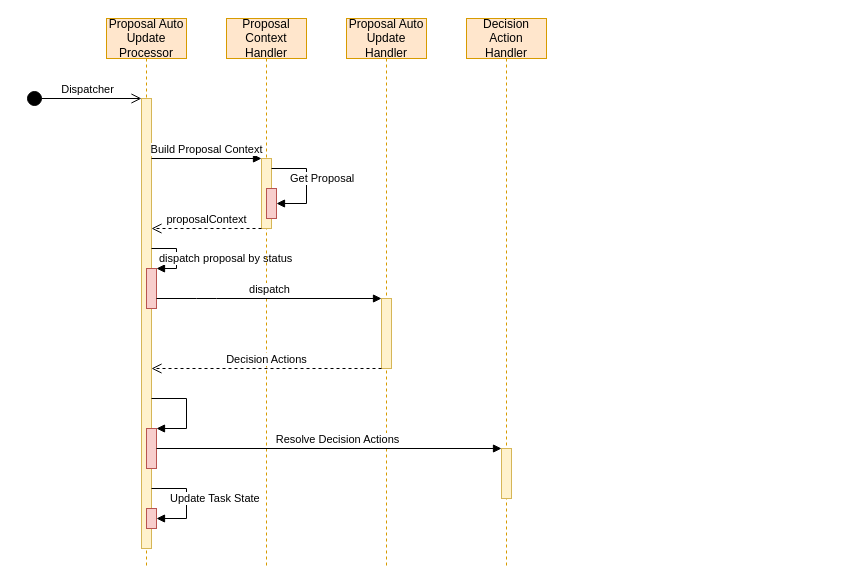
This is Proposal Update Entry Sequence Diagram.drawio from dajin-kingland/UMLdiagrams, a draw.io file, before an edit. Source tidied: cells renumbered, new cells numbered last; positions are measured from the earlier drawing's top-left corner, leaving out a move shared by most shapes. Both pictures are drawn from the tidied source at 100%, with x=0, y=0 at pixel (26, 18).
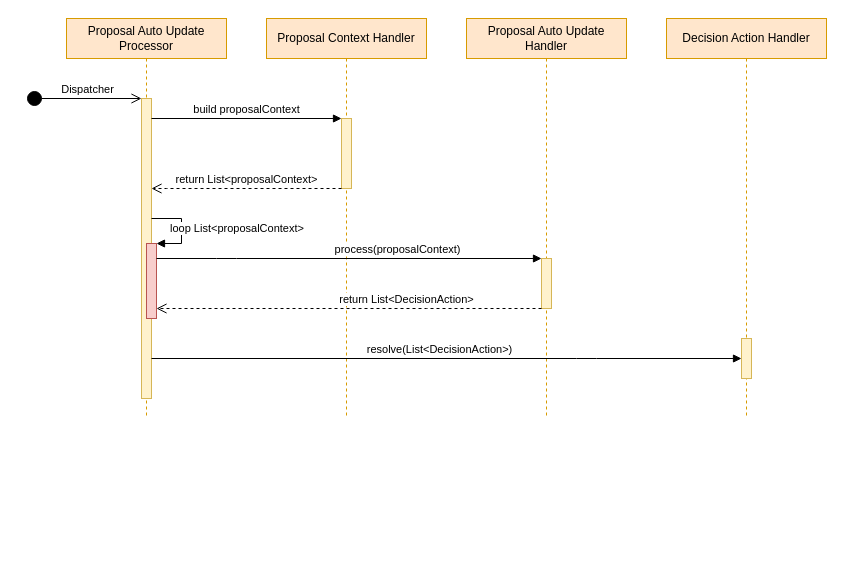
The same page after the edit.

The edit, as a diff of the source:
```diff
@@
     <mxCell id="2" value="&lt;font style=&quot;font-size: 12px&quot;&gt;Proposal Auto Update Processor&lt;/font&gt;" style="shape=umlLifeline;perimeter=lifelinePerimeter;whiteSpace=wrap;html=1;fillColor=#ffe6cc;strokeColor=#d79b00;" parent="1" vertex="1">
-      <mxGeometry x="80" width="80" height="550" as="geometry" />
+      <mxGeometry x="40" width="160" height="400" as="geometry" />
     </mxCell>
     <mxCell id="3" style="html=1;points=[];perimeter=orthogonalPerimeter;fillColor=#fff2cc;strokeColor=#d6b656;" parent="2" vertex="1">
-      <mxGeometry x="35" y="80" width="10" height="450" as="geometry" />
+      <mxGeometry x="75" y="80" width="10" height="300" as="geometry" />
     </mxCell>
-    <mxCell id="4" style="html=1;points=[];perimeter=orthogonalPerimeter;fillColor=#f8cecc;strokeColor=#b85450;" parent="2" vertex="1">
-      <mxGeometry x="40" y="250" width="10" height="40" as="geometry" />
-    </mxCell>
-    <mxCell id="5" value="dispatch proposal by status" style="edgeStyle=orthogonalEdgeStyle;html=1;align=left;spacingLeft=2;endArrow=block;rounded=0;entryX=1;entryY=0;" parent="2" edge="1" source="3" target="4">
-      <mxGeometry x="-0.87" y="-10" relative="1" as="geometry">
-        <Array as="points">
-          <mxPoint x="70" y="230" />
-          <mxPoint x="70" y="250" />
-        </Array>
-      </mxGeometry>
-    </mxCell>
+    <mxCell id="26" style="html=1;points=[];perimeter=orthogonalPerimeter;fillColor=#f8cecc;strokeColor=#b85450;" parent="2" vertex="1">
+      <mxGeometry x="80" y="225" width="10" height="75" as="geometry" />
+    </mxCell>
+    <mxCell id="27" value="loop List&amp;lt;proposalContext&amp;gt;" style="edgeStyle=orthogonalEdgeStyle;html=1;align=left;spacingLeft=2;endArrow=block;rounded=0;entryX=1;entryY=0;" parent="2" edge="1" source="3" target="26">
+      <mxGeometry x="-0.62" y="-10" relative="1" as="geometry">
+        <Array as="points">
+          <mxPoint x="115" y="200" />
+          <mxPoint x="115" y="225" />
+        </Array>
+      </mxGeometry>
+    </mxCell>
-    <mxCell id="6" value="&lt;font style=&quot;font-size: 12px&quot;&gt;Proposal &lt;br&gt;Context&lt;br&gt;Handler&lt;/font&gt;" style="shape=umlLifeline;perimeter=lifelinePerimeter;whiteSpace=wrap;html=1;fillColor=#ffe6cc;strokeColor=#d79b00;" parent="1" vertex="1">
-      <mxGeometry x="200" width="80" height="550" as="geometry" />
+    <mxCell id="6" value="&lt;font style=&quot;font-size: 12px&quot;&gt;Proposal Context Handler&lt;/font&gt;" style="shape=umlLifeline;perimeter=lifelinePerimeter;whiteSpace=wrap;html=1;fillColor=#ffe6cc;strokeColor=#d79b00;" parent="1" vertex="1">
+      <mxGeometry x="240" width="160" height="400" as="geometry" />
     </mxCell>
     <mxCell id="7" style="html=1;points=[];perimeter=orthogonalPerimeter;fillColor=#fff2cc;strokeColor=#d6b656;" parent="6" vertex="1">
-      <mxGeometry x="35" y="140" width="10" height="70" as="geometry" />
+      <mxGeometry x="75" y="100" width="10" height="70" as="geometry" />
     </mxCell>
-    <mxCell id="8" value="Build Proposal Context" style="html=1;verticalAlign=bottom;endArrow=block;entryX=0;entryY=0;" parent="1" edge="1" target="7">
-      <mxGeometry relative="1" as="geometry">
-        <mxPoint x="125" y="140" as="sourcePoint" />
-      </mxGeometry>
+    <mxCell id="8" value="build proposalContext" style="html=1;verticalAlign=bottom;endArrow=block;entryX=0;entryY=0;" parent="1" edge="1" source="3" target="7">
+      <mxGeometry relative="1" as="geometry" />
     </mxCell>
-    <mxCell id="9" style="html=1;points=[];perimeter=orthogonalPerimeter;fillColor=#f8cecc;strokeColor=#b85450;" parent="1" vertex="1">
-      <mxGeometry x="240" y="170" width="10" height="30" as="geometry" />
-    </mxCell>
-    <mxCell id="10" value="Get Proposal" style="edgeStyle=orthogonalEdgeStyle;html=1;align=left;spacingLeft=2;endArrow=block;rounded=0;" parent="1" edge="1" source="7" target="9">
-      <mxGeometry x="-0.7" y="-10" relative="1" as="geometry">
-        <Array as="points">
-          <mxPoint x="280" y="150" />
-          <mxPoint x="280" y="185" />
-        </Array>
-      </mxGeometry>
-    </mxCell>
-    <mxCell id="11" value="proposalContext" style="html=1;verticalAlign=bottom;endArrow=open;dashed=1;endSize=8;" parent="1" edge="1" source="7" target="3">
+    <mxCell id="11" value="return List&amp;lt;proposalContext&amp;gt;" style="html=1;verticalAlign=bottom;endArrow=open;dashed=1;endSize=8;" parent="1" edge="1" source="7" target="3">
       <mxGeometry relative="1" as="geometry">
         <Array as="points">
-          <mxPoint x="190" y="210" />
+          <mxPoint x="150" y="170" />
         </Array>
       </mxGeometry>
     </mxCell>
-    <mxCell id="12" style="html=1;points=[];perimeter=orthogonalPerimeter;fillColor=#f8cecc;strokeColor=#b85450;" parent="1" vertex="1">
-      <mxGeometry x="120" y="410" width="10" height="40" as="geometry" />
-    </mxCell>
-    <mxCell id="13" style="edgeStyle=orthogonalEdgeStyle;html=1;align=left;spacingLeft=2;endArrow=block;rounded=0;" parent="1" edge="1" source="3" target="12">
-      <mxGeometry x="-0.68" y="-10" relative="1" as="geometry">
-        <Array as="points">
-          <mxPoint x="160" y="380" />
-          <mxPoint x="160" y="410" />
-        </Array>
-      </mxGeometry>
-    </mxCell>
-    <mxCell id="14" style="html=1;points=[];perimeter=orthogonalPerimeter;fillColor=#f8cecc;strokeColor=#b85450;" parent="1" vertex="1">
-      <mxGeometry x="120" y="490" width="10" height="20" as="geometry" />
-    </mxCell>
-    <mxCell id="15" value="Update Task State" style="edgeStyle=orthogonalEdgeStyle;html=1;align=left;spacingLeft=2;endArrow=block;rounded=0;" parent="1" edge="1" source="3" target="14">
-      <mxGeometry x="-0.68" y="-10" relative="1" as="geometry">
-        <Array as="points">
-          <mxPoint x="160" y="470" />
-          <mxPoint x="160" y="500" />
-        </Array>
-      </mxGeometry>
-    </mxCell>
@@
     <mxCell id="18" value="&lt;font style=&quot;font-size: 12px&quot;&gt;Proposal Auto Update Handler&lt;/font&gt;" style="shape=umlLifeline;perimeter=lifelinePerimeter;whiteSpace=wrap;html=1;fillColor=#ffe6cc;strokeColor=#d79b00;" parent="1" vertex="1">
-      <mxGeometry x="320" width="80" height="550" as="geometry" />
+      <mxGeometry x="440" width="160" height="400" as="geometry" />
     </mxCell>
     <mxCell id="19" style="html=1;points=[];perimeter=orthogonalPerimeter;fillColor=#fff2cc;strokeColor=#d6b656;" parent="1" vertex="1">
-      <mxGeometry x="355" y="280" width="10" height="70" as="geometry" />
+      <mxGeometry x="515" y="240" width="10" height="50" as="geometry" />
     </mxCell>
-    <mxCell id="20" value="dispatch" style="html=1;verticalAlign=bottom;endArrow=block;" parent="1" edge="1" source="4" target="19">
-      <mxGeometry relative="1" as="geometry">
+    <mxCell id="20" value="process(proposalContext)" style="html=1;verticalAlign=bottom;endArrow=block;" parent="1" edge="1" source="26" target="19">
+      <mxGeometry x="0.25" relative="1" as="geometry">
         <Array as="points">
-          <mxPoint x="180" y="280" />
+          <mxPoint x="200" y="240" />
         </Array>
       </mxGeometry>
     </mxCell>
     <mxCell id="21" value="Decision Action Handler" style="shape=umlLifeline;perimeter=lifelinePerimeter;whiteSpace=wrap;html=1;fillColor=#ffe6cc;strokeColor=#d79b00;" parent="1" vertex="1">
-      <mxGeometry x="440" width="80" height="550" as="geometry" />
+      <mxGeometry x="640" width="160" height="400" as="geometry" />
     </mxCell>
     <mxCell id="22" style="html=1;points=[];perimeter=orthogonalPerimeter;fillColor=#fff2cc;strokeColor=#d6b656;" parent="21" vertex="1">
-      <mxGeometry x="35" y="430" width="10" height="50" as="geometry" />
+      <mxGeometry x="75" y="320" width="10" height="40" as="geometry" />
     </mxCell>
-    <mxCell id="23" value="Decision Actions" style="html=1;verticalAlign=bottom;endArrow=open;dashed=1;endSize=8;" parent="1" edge="1" source="19" target="3">
-      <mxGeometry relative="1" as="geometry">
+    <mxCell id="23" value="return List&amp;lt;DecisionAction&amp;gt;" style="html=1;verticalAlign=bottom;endArrow=open;dashed=1;endSize=8;" parent="1" edge="1" source="19" target="26">
+      <mxGeometry x="-0.3" relative="1" as="geometry">
         <Array as="points">
-          <mxPoint x="330" y="350" />
+          <mxPoint x="410" y="290" />
         </Array>
       </mxGeometry>
     </mxCell>
-    <mxCell id="24" style="html=1;verticalAlign=bottom;endArrow=block;" parent="1" edge="1" source="12" target="22">
-      <mxGeometry relative="1" as="geometry" />
+    <mxCell id="24" style="html=1;verticalAlign=bottom;endArrow=block;" parent="1" edge="1" source="3" target="22">
+      <mxGeometry relative="1" as="geometry">
+        <Array as="points">
+          <mxPoint x="560" y="340" />
+        </Array>
+      </mxGeometry>
     </mxCell>
-    <mxCell id="25" value="Resolve Decision Actions" style="edgeLabel;html=1;align=center;verticalAlign=middle;" parent="24" vertex="1">
+    <mxCell id="25" value="resolve(List&amp;lt;DecisionAction&amp;gt;)" style="edgeLabel;html=1;align=center;verticalAlign=middle;" parent="24" vertex="1">
       <mxGeometry x="-0.13" y="1" relative="1" as="geometry">
         <mxPoint x="30" y="-9" as="offset" />
       </mxGeometry>
     </mxCell>
```
